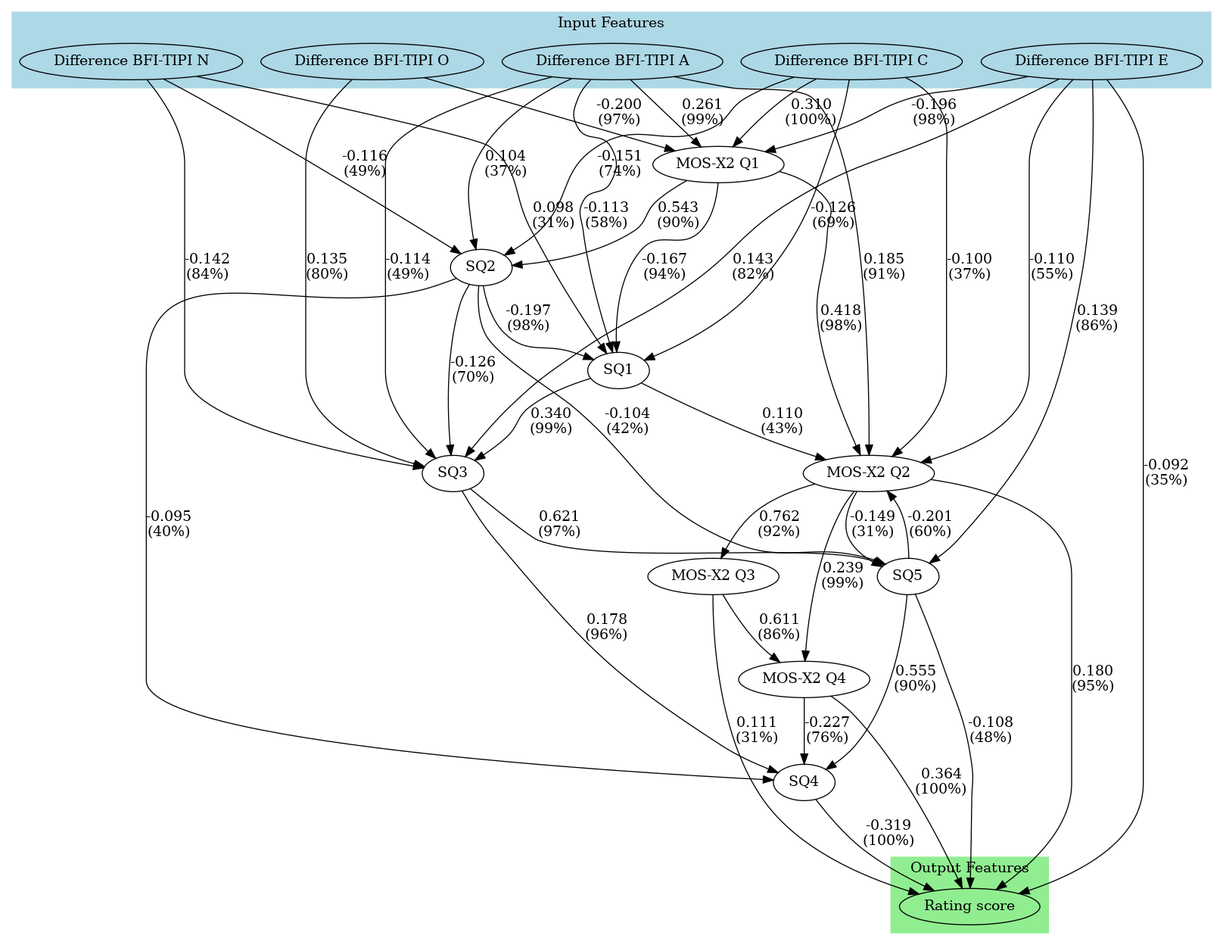
hiimmuc/Hetero-GNN-CausalDiscovery keeps this Graphviz diagram as Experiment3/Workspace/Models/causal_outputs/figures/causal_graphs/lingam_causal_model_robust.png. Above is the earlier version. Its source is kept beside it as Experiment3/Workspace/Models/causal_outputs/figures/causal_graphs/lingam_causal_model_robust.dot.
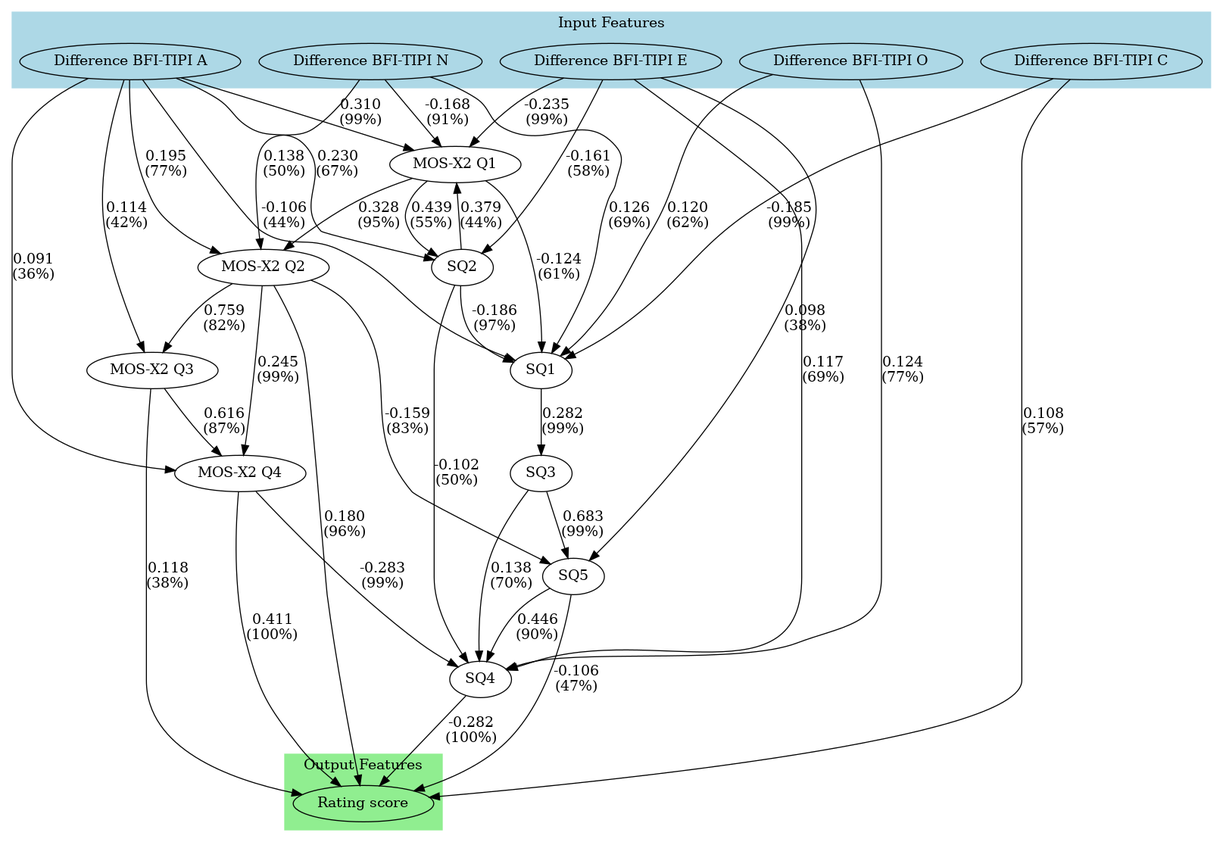
The same file after the commit.

Diff of the diagram source:
```diff
@@ -16,48 +16,43 @@
 	SQ4 [label=SQ4]
 	SQ5 [label=SQ5]
 	"Rating score" [label="Rating score"]
-	"Difference BFI-TIPI O" -> "MOS-X2 Q1" [label="-0.200\n(97%)" fontsize=14]
-	"Difference BFI-TIPI C" -> "MOS-X2 Q1" [label="0.310\n(100%)" fontsize=14]
-	"Difference BFI-TIPI E" -> "MOS-X2 Q1" [label="-0.196\n(98%)" fontsize=14]
-	"Difference BFI-TIPI A" -> "MOS-X2 Q1" [label="0.261\n(99%)" fontsize=14]
-	"Difference BFI-TIPI C" -> "MOS-X2 Q2" [label="-0.100\n(37%)" fontsize=14]
-	"Difference BFI-TIPI E" -> "MOS-X2 Q2" [label="-0.110\n(55%)" fontsize=14]
-	"Difference BFI-TIPI A" -> "MOS-X2 Q2" [label="0.185\n(91%)" fontsize=14]
-	"MOS-X2 Q1" -> "MOS-X2 Q2" [label="0.418\n(98%)" fontsize=14]
-	SQ1 -> "MOS-X2 Q2" [label="0.110\n(43%)" fontsize=14]
-	SQ5 -> "MOS-X2 Q2" [label="-0.201\n(60%)" fontsize=14]
-	"MOS-X2 Q2" -> "MOS-X2 Q3" [label="0.762\n(92%)" fontsize=14]
-	"MOS-X2 Q2" -> "MOS-X2 Q4" [label="0.239\n(99%)" fontsize=14]
-	"MOS-X2 Q3" -> "MOS-X2 Q4" [label="0.611\n(86%)" fontsize=14]
-	"Difference BFI-TIPI C" -> SQ1 [label="-0.126\n(69%)" fontsize=14]
-	"Difference BFI-TIPI A" -> SQ1 [label="-0.113\n(58%)" fontsize=14]
-	"Difference BFI-TIPI N" -> SQ1 [label="0.098\n(31%)" fontsize=14]
-	"MOS-X2 Q1" -> SQ1 [label="-0.167\n(94%)" fontsize=14]
-	SQ2 -> SQ1 [label="-0.197\n(98%)" fontsize=14]
-	"Difference BFI-TIPI C" -> SQ2 [label="-0.151\n(74%)" fontsize=14]
-	"Difference BFI-TIPI A" -> SQ2 [label="0.104\n(37%)" fontsize=14]
-	"Difference BFI-TIPI N" -> SQ2 [label="-0.116\n(49%)" fontsize=14]
-	"MOS-X2 Q1" -> SQ2 [label="0.543\n(90%)" fontsize=14]
-	"Difference BFI-TIPI O" -> SQ3 [label="0.135\n(80%)" fontsize=14]
-	"Difference BFI-TIPI E" -> SQ3 [label="0.143\n(82%)" fontsize=14]
-	"Difference BFI-TIPI A" -> SQ3 [label="-0.114\n(49%)" fontsize=14]
-	"Difference BFI-TIPI N" -> SQ3 [label="-0.142\n(84%)" fontsize=14]
-	SQ1 -> SQ3 [label="0.340\n(99%)" fontsize=14]
-	SQ2 -> SQ3 [label="-0.126\n(70%)" fontsize=14]
-	"MOS-X2 Q4" -> SQ4 [label="-0.227\n(76%)" fontsize=14]
-	SQ2 -> SQ4 [label="-0.095\n(40%)" fontsize=14]
-	SQ3 -> SQ4 [label="0.178\n(96%)" fontsize=14]
-	SQ5 -> SQ4 [label="0.555\n(90%)" fontsize=14]
-	"Difference BFI-TIPI E" -> SQ5 [label="0.139\n(86%)" fontsize=14]
-	"MOS-X2 Q2" -> SQ5 [label="-0.149\n(31%)" fontsize=14]
-	SQ2 -> SQ5 [label="-0.104\n(42%)" fontsize=14]
-	SQ3 -> SQ5 [label="0.621\n(97%)" fontsize=14]
-	"Difference BFI-TIPI E" -> "Rating score" [label="-0.092\n(35%)" fontsize=14]
-	"MOS-X2 Q2" -> "Rating score" [label="0.180\n(95%)" fontsize=14]
-	"MOS-X2 Q3" -> "Rating score" [label="0.111\n(31%)" fontsize=14]
-	"MOS-X2 Q4" -> "Rating score" [label="0.364\n(100%)" fontsize=14]
-	SQ4 -> "Rating score" [label="-0.319\n(100%)" fontsize=14]
-	SQ5 -> "Rating score" [label="-0.108\n(48%)" fontsize=14]
+	"Difference BFI-TIPI E" -> "MOS-X2 Q1" [label="-0.235\n(99%)" fontsize=14]
+	"Difference BFI-TIPI A" -> "MOS-X2 Q1" [label="0.310\n(99%)" fontsize=14]
+	"Difference BFI-TIPI N" -> "MOS-X2 Q1" [label="-0.168\n(91%)" fontsize=14]
+	SQ2 -> "MOS-X2 Q1" [label="0.379\n(44%)" fontsize=14]
+	"Difference BFI-TIPI A" -> "MOS-X2 Q2" [label="0.195\n(77%)" fontsize=14]
+	"Difference BFI-TIPI N" -> "MOS-X2 Q2" [label="0.138\n(50%)" fontsize=14]
+	"MOS-X2 Q1" -> "MOS-X2 Q2" [label="0.328\n(95%)" fontsize=14]
+	"Difference BFI-TIPI A" -> "MOS-X2 Q3" [label="0.114\n(42%)" fontsize=14]
+	"MOS-X2 Q2" -> "MOS-X2 Q3" [label="0.759\n(82%)" fontsize=14]
+	"Difference BFI-TIPI A" -> "MOS-X2 Q4" [label="0.091\n(36%)" fontsize=14]
+	"MOS-X2 Q2" -> "MOS-X2 Q4" [label="0.245\n(99%)" fontsize=14]
+	"MOS-X2 Q3" -> "MOS-X2 Q4" [label="0.616\n(87%)" fontsize=14]
+	"Difference BFI-TIPI O" -> SQ1 [label="0.120\n(62%)" fontsize=14]
+	"Difference BFI-TIPI C" -> SQ1 [label="-0.185\n(99%)" fontsize=14]
+	"Difference BFI-TIPI A" -> SQ1 [label="-0.106\n(44%)" fontsize=14]
+	"Difference BFI-TIPI N" -> SQ1 [label="0.126\n(69%)" fontsize=14]
+	"MOS-X2 Q1" -> SQ1 [label="-0.124\n(61%)" fontsize=14]
+	SQ2 -> SQ1 [label="-0.186\n(97%)" fontsize=14]
+	"Difference BFI-TIPI E" -> SQ2 [label="-0.161\n(58%)" fontsize=14]
+	"Difference BFI-TIPI A" -> SQ2 [label="0.230\n(67%)" fontsize=14]
+	"MOS-X2 Q1" -> SQ2 [label="0.439\n(55%)" fontsize=14]
+	SQ1 -> SQ3 [label="0.282\n(99%)" fontsize=14]
+	"Difference BFI-TIPI O" -> SQ4 [label="0.124\n(77%)" fontsize=14]
+	"Difference BFI-TIPI E" -> SQ4 [label="0.117\n(69%)" fontsize=14]
+	"MOS-X2 Q4" -> SQ4 [label="-0.283\n(99%)" fontsize=14]
+	SQ2 -> SQ4 [label="-0.102\n(50%)" fontsize=14]
+	SQ3 -> SQ4 [label="0.138\n(70%)" fontsize=14]
+	SQ5 -> SQ4 [label="0.446\n(90%)" fontsize=14]
+	"Difference BFI-TIPI E" -> SQ5 [label="0.098\n(38%)" fontsize=14]
+	"MOS-X2 Q2" -> SQ5 [label="-0.159\n(83%)" fontsize=14]
+	SQ3 -> SQ5 [label="0.683\n(99%)" fontsize=14]
+	"Difference BFI-TIPI C" -> "Rating score" [label="0.108\n(57%)" fontsize=14]
+	"MOS-X2 Q2" -> "Rating score" [label="0.180\n(96%)" fontsize=14]
+	"MOS-X2 Q3" -> "Rating score" [label="0.118\n(38%)" fontsize=14]
+	"MOS-X2 Q4" -> "Rating score" [label="0.411\n(100%)" fontsize=14]
+	SQ4 -> "Rating score" [label="-0.282\n(100%)" fontsize=14]
+	SQ5 -> "Rating score" [label="-0.106\n(47%)" fontsize=14]
 	subgraph cluster_input {
 		rank=same
 		color=lightblue label="Input Features" style=filled
```
